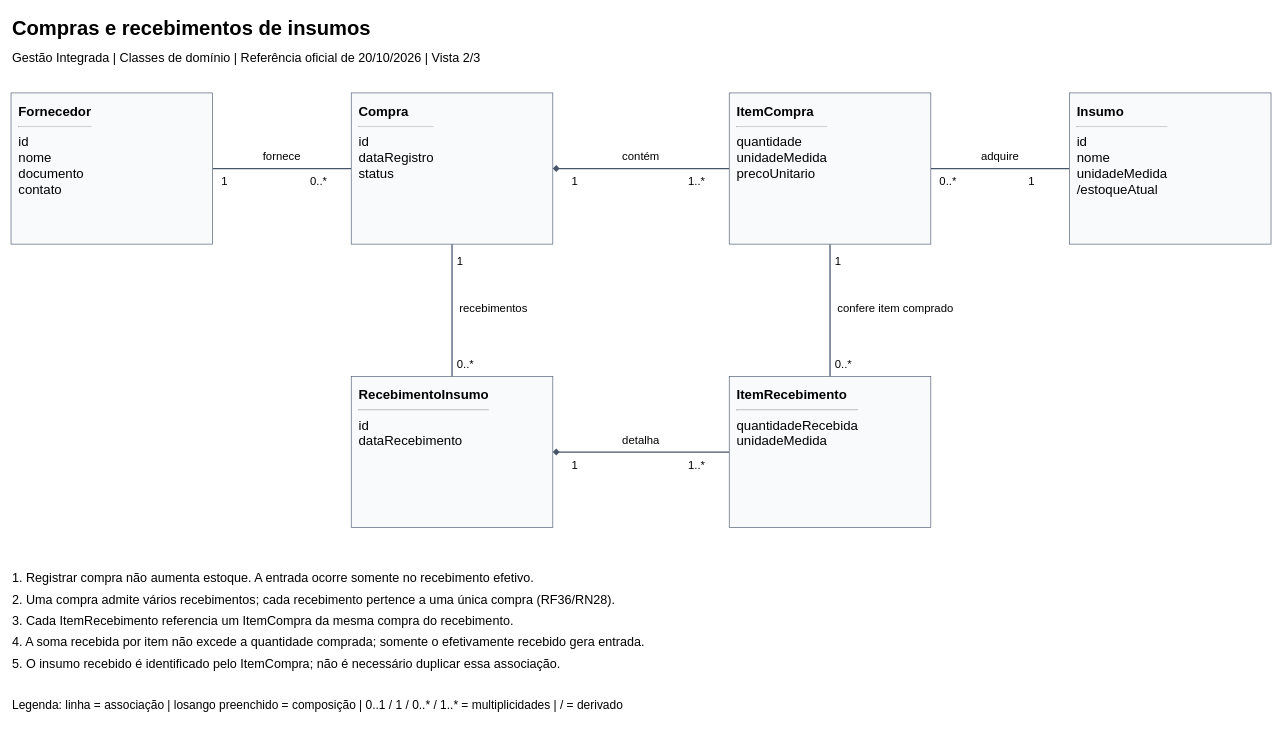
This is page "Compras e recebimentos de insumos" (2 of 3) of docs/03-modelagem/classes/classes-dominio.drawio from edumoreira7/TCC---Gestao-Integrada, a draw.io file, before an edit. Source tidied: cells renumbered, new cells numbered last; positions are measured from the earlier drawing's top-left corner, leaving out a move shared by most shapes. Both pictures are drawn from the tidied source at 63%, with x=0, y=0 at pixel (11, 11).
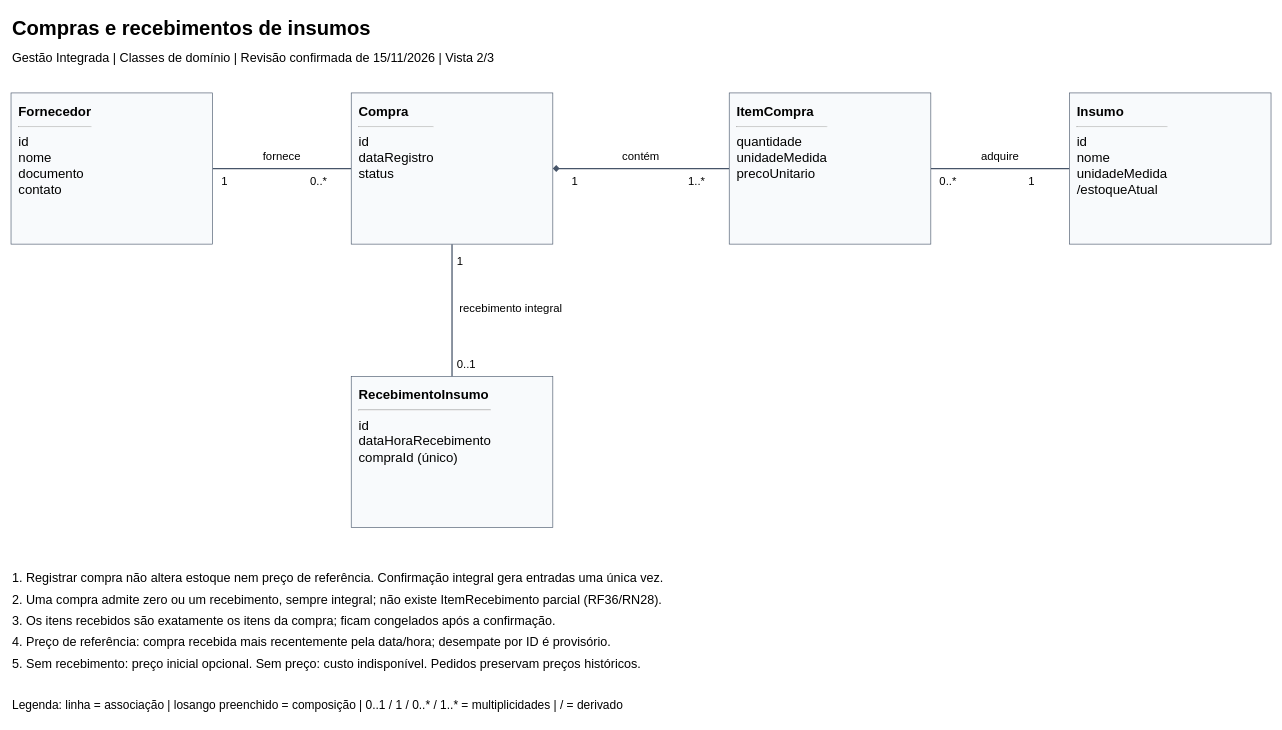
Above is the later version.

Unchanged cells that the change refers to:
```xml
<mxCell id="30" value="&lt;b&gt;ItemCompra&lt;/b&gt;&lt;hr&gt;quantidade&lt;br&gt;unidadeMedida&lt;br&gt;precoUnitario" style="rounded=0;html=1;whiteSpace=wrap;align=left;verticalAlign=top;spacing=12;fontFamily=Arial;fontSize=21;fillColor=#F8FAFC;strokeColor=#475569;" parent="1" vertex="1">
  <mxGeometry x="1140" y="130" width="320" height="240" as="geometry" />
</mxCell>
```

Diff of the diagram source:
```diff
@@
-    <mxCell id="3" value="Gestão Integrada | Classes de domínio | Referência oficial de 20/10/2026 | Vista 2/3" style="text;align=left;fontSize=20;fontFamily=Arial;" parent="1" vertex="1">
+    <mxCell id="3" value="Gestão Integrada | Classes de domínio | Revisão confirmada de 15/11/2026 | Vista 2/3" style="text;align=left;fontSize=20;fontFamily=Arial;" parent="1" vertex="1">
       <mxGeometry y="55" width="1950" height="40" as="geometry" />
     </mxCell>
@@
-    <mxCell id="18" value="0..*" style="text;html=0;align=left;verticalAlign=middle;spacing=4;fontFamily=Arial;fontSize=18;fontStyle=0;fillColor=#FFFFFF;" parent="1" vertex="1">
+    <mxCell id="18" value="0..1" style="text;html=0;align=left;verticalAlign=middle;spacing=4;fontFamily=Arial;fontSize=18;fontStyle=0;fillColor=#FFFFFF;" parent="1" vertex="1">
       <mxGeometry x="704" y="545" width="43" height="28" as="geometry" />
     </mxCell>
-    <mxCell id="19" value="recebimentos" style="text;html=0;align=left;verticalAlign=middle;spacing=4;fontFamily=Arial;fontSize=18;fontStyle=0;fillColor=#FFFFFF;" parent="1" vertex="1">
-      <mxGeometry x="708" y="457" width="124" height="28" as="geometry" />
+    <mxCell id="19" value="recebimento integral" style="text;html=0;align=left;verticalAlign=middle;spacing=4;fontFamily=Arial;fontSize=18;fontStyle=0;fillColor=#FFFFFF;" parent="1" vertex="1">
+      <mxGeometry x="708" y="457" width="250" height="28" as="geometry" />
     </mxCell>
-    <mxCell id="20" style="endArrow=none;startArrow=diamond;startFill=1;rounded=0;html=0;strokeColor=#475569;strokeWidth=2;exitX=1;exitY=0.5;entryX=0;entryY=0.5;" parent="1" edge="1" source="31" target="32">
-      <mxGeometry relative="1" as="geometry" />
-    </mxCell>
-    <mxCell id="21" value="1" style="text;html=0;align=left;verticalAlign=middle;spacing=4;fontFamily=Arial;fontSize=18;fontStyle=0;fillColor=#FFFFFF;" parent="1" vertex="1">
-      <mxGeometry x="886" y="705" width="26" height="28" as="geometry" />
-    </mxCell>
-    <mxCell id="22" value="1..*" style="text;html=0;align=left;verticalAlign=middle;spacing=4;fontFamily=Arial;fontSize=18;fontStyle=0;fillColor=#FFFFFF;" parent="1" vertex="1">
-      <mxGeometry x="1071" y="705" width="43" height="28" as="geometry" />
-    </mxCell>
-    <mxCell id="23" value="detalha" style="text;html=0;align=left;verticalAlign=middle;spacing=4;fontFamily=Arial;fontSize=18;fontStyle=0;fillColor=#FFFFFF;" parent="1" vertex="1">
-      <mxGeometry x="966.5" y="665" width="75" height="28" as="geometry" />
-    </mxCell>
-    <mxCell id="24" style="endArrow=none;startArrow=none;startFill=1;rounded=0;html=0;strokeColor=#475569;strokeWidth=2;exitX=0.5;exitY=0;entryX=0.5;entryY=1;" parent="1" edge="1" source="32" target="30">
-      <mxGeometry relative="1" as="geometry" />
-    </mxCell>
-    <mxCell id="25" value="0..*" style="text;html=0;align=left;verticalAlign=middle;spacing=4;fontFamily=Arial;fontSize=18;fontStyle=0;fillColor=#FFFFFF;" parent="1" vertex="1">
-      <mxGeometry x="1304" y="545" width="43" height="28" as="geometry" />
-    </mxCell>
-    <mxCell id="26" value="1" style="text;html=0;align=left;verticalAlign=middle;spacing=4;fontFamily=Arial;fontSize=18;fontStyle=0;fillColor=#FFFFFF;" parent="1" vertex="1">
-      <mxGeometry x="1304" y="381" width="26" height="28" as="geometry" />
-    </mxCell>
-    <mxCell id="27" value="confere item comprado" style="text;html=0;align=left;verticalAlign=middle;spacing=4;fontFamily=Arial;fontSize=18;fontStyle=0;fillColor=#FFFFFF;" parent="1" vertex="1">
-      <mxGeometry x="1308" y="457" width="200" height="28" as="geometry" />
-    </mxCell>
@@
-    <mxCell id="31" value="&lt;b&gt;RecebimentoInsumo&lt;/b&gt;&lt;hr&gt;id&lt;br&gt;dataRecebimento" style="rounded=0;html=1;whiteSpace=wrap;align=left;verticalAlign=top;spacing=12;fontFamily=Arial;fontSize=21;fillColor=#F8FAFC;strokeColor=#475569;" parent="1" vertex="1">
+    <mxCell id="31" value="&lt;b&gt;RecebimentoInsumo&lt;/b&gt;&lt;hr&gt;id&lt;br&gt;dataHoraRecebimento&lt;br&gt;compraId (único)" style="rounded=0;html=1;whiteSpace=wrap;align=left;verticalAlign=top;spacing=12;fontFamily=Arial;fontSize=21;fillColor=#F8FAFC;strokeColor=#475569;" parent="1" vertex="1">
       <mxGeometry x="540" y="580" width="320" height="240" as="geometry" />
     </mxCell>
-    <mxCell id="32" value="&lt;b&gt;ItemRecebimento&lt;/b&gt;&lt;hr&gt;quantidadeRecebida&lt;br&gt;unidadeMedida" style="rounded=0;html=1;whiteSpace=wrap;align=left;verticalAlign=top;spacing=12;fontFamily=Arial;fontSize=21;fillColor=#F8FAFC;strokeColor=#475569;" parent="1" vertex="1">
-      <mxGeometry x="1140" y="580" width="320" height="240" as="geometry" />
-    </mxCell>
@@
-    <mxCell id="34" value="1. Registrar compra não aumenta estoque. A entrada ocorre somente no recebimento efetivo." style="text;align=left;fontSize=20;fontFamily=Arial;" parent="1" vertex="1">
+    <mxCell id="34" value="1. Registrar compra não altera estoque nem preço de referência. Confirmação integral gera entradas uma única vez." style="text;align=left;fontSize=20;fontFamily=Arial;" parent="1" vertex="1">
       <mxGeometry y="881" width="1990" height="34" as="geometry" />
     </mxCell>
-    <mxCell id="35" value="2. Uma compra admite vários recebimentos; cada recebimento pertence a uma única compra (RF36/RN28)." style="text;align=left;fontSize=20;fontFamily=Arial;" parent="1" vertex="1">
+    <mxCell id="35" value="2. Uma compra admite zero ou um recebimento, sempre integral; não existe ItemRecebimento parcial (RF36/RN28)." style="text;align=left;fontSize=20;fontFamily=Arial;" parent="1" vertex="1">
       <mxGeometry y="915" width="1990" height="34" as="geometry" />
     </mxCell>
-    <mxCell id="36" value="3. Cada ItemRecebimento referencia um ItemCompra da mesma compra do recebimento." style="text;align=left;fontSize=20;fontFamily=Arial;" parent="1" vertex="1">
+    <mxCell id="36" value="3. Os itens recebidos são exatamente os itens da compra; ficam congelados após a confirmação." style="text;align=left;fontSize=20;fontFamily=Arial;" parent="1" vertex="1">
       <mxGeometry y="949" width="1990" height="34" as="geometry" />
     </mxCell>
-    <mxCell id="37" value="4. A soma recebida por item não excede a quantidade comprada; somente o efetivamente recebido gera entrada." style="text;align=left;fontSize=20;fontFamily=Arial;" parent="1" vertex="1">
+    <mxCell id="37" value="4. Preço de referência: compra recebida mais recentemente pela data/hora; desempate por ID é provisório." style="text;align=left;fontSize=20;fontFamily=Arial;" parent="1" vertex="1">
       <mxGeometry y="983" width="1990" height="34" as="geometry" />
     </mxCell>
-    <mxCell id="38" value="5. O insumo recebido é identificado pelo ItemCompra; não é necessário duplicar essa associação." style="text;align=left;fontSize=20;fontFamily=Arial;" parent="1" vertex="1">
+    <mxCell id="38" value="5. Sem recebimento: preço inicial opcional. Sem preço: custo indisponível. Pedidos preservam preços históricos." style="text;align=left;fontSize=20;fontFamily=Arial;" parent="1" vertex="1">
       <mxGeometry y="1017" width="1990" height="34" as="geometry" />
     </mxCell>
```
